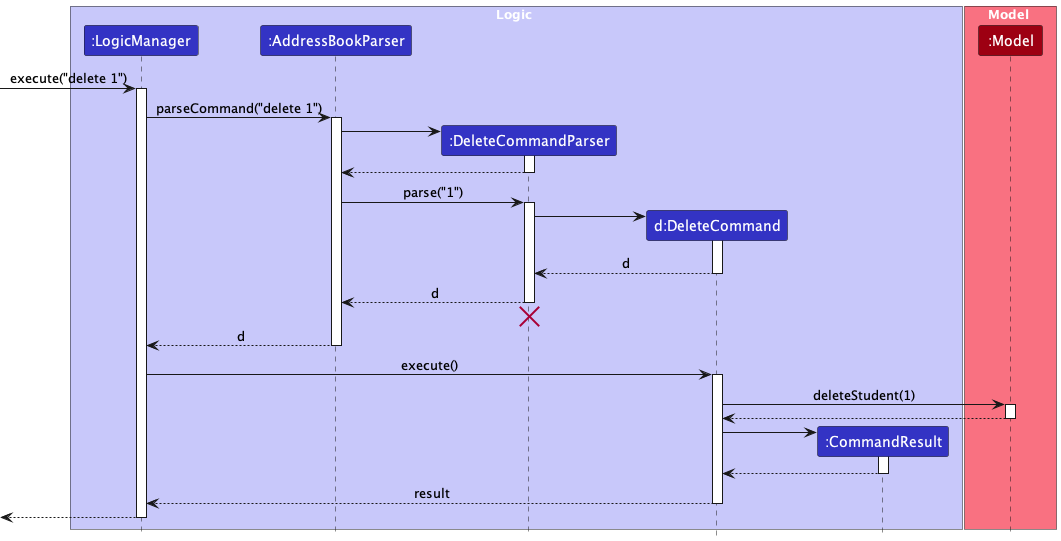
nus-cs2103-AY2324S1/tp keeps this PlantUML diagram as docs/images/DeleteSequenceDiagram.png. Above is the earlier version.
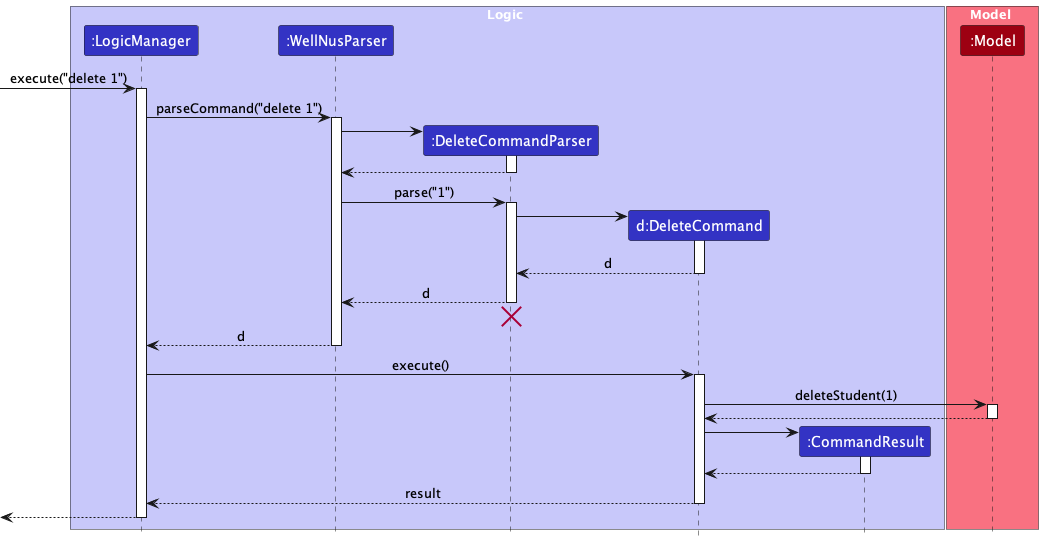
After the commit.

Commit message:
Update sequence diagrams

Change to the diagram source:
```diff
@@ -4,7 +4,7 @@
 
 box Logic LOGIC_COLOR_T1
 participant ":LogicManager" as LogicManager LOGIC_COLOR
-participant ":AddressBookParser" as AddressBookParser LOGIC_COLOR
+participant ":WellNusParser" as WellNusParser LOGIC_COLOR
 participant ":DeleteCommandParser" as DeleteCommandParser LOGIC_COLOR
 participant "d:DeleteCommand" as DeleteCommand LOGIC_COLOR
 participant ":CommandResult" as CommandResult LOGIC_COLOR
@@ -17,17 +17,17 @@
 [-> LogicManager : execute("delete 1")
 activate LogicManager
 
-LogicManager -> AddressBookParser : parseCommand("delete 1")
-activate AddressBookParser
+LogicManager -> WellNusParser : parseCommand("delete 1")
+activate WellNusParser
 
 create DeleteCommandParser
-AddressBookParser -> DeleteCommandParser
+WellNusParser -> DeleteCommandParser
 activate DeleteCommandParser
 
-DeleteCommandParser --> AddressBookParser
+DeleteCommandParser --> WellNusParser
 deactivate DeleteCommandParser
 
-AddressBookParser -> DeleteCommandParser : parse("1")
+WellNusParser -> DeleteCommandParser : parse("1")
 activate DeleteCommandParser
 
 create DeleteCommand
@@ -37,13 +37,13 @@
 DeleteCommand --> DeleteCommandParser : d
 deactivate DeleteCommand
 
-DeleteCommandParser --> AddressBookParser : d
+DeleteCommandParser --> WellNusParser : d
 deactivate DeleteCommandParser
-DeleteCommandParser -[hidden]-> AddressBookParser
+DeleteCommandParser -[hidden]-> WellNusParser
 destroy DeleteCommandParser
 
-AddressBookParser --> LogicManager : d
-deactivate AddressBookParser
+WellNusParser --> LogicManager : d
+deactivate WellNusParser
 
 LogicManager -> DeleteCommand : execute()
 activate DeleteCommand
```
